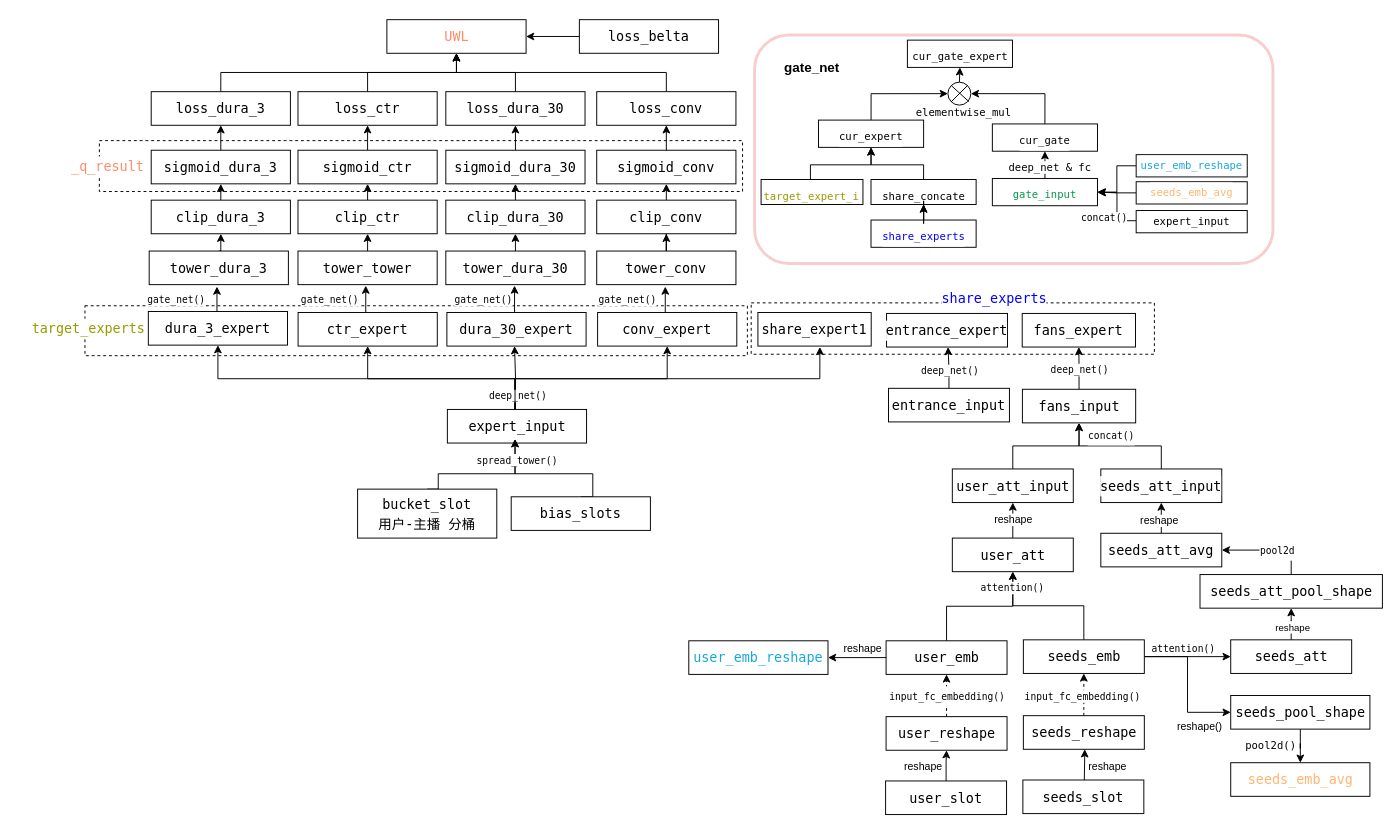
snorlaxse/draw.io keeps this draw.io diagram as immer_cgc_model.drawio. Above is the earlier version. Source tidied: cells renumbered, new cells numbered last; positions are measured from the earlier drawing's top-left corner, leaving out a move shared by most shapes. Both pictures are drawn from the tidied source at 96%, with x=0, y=0 at pixel (15, 19).
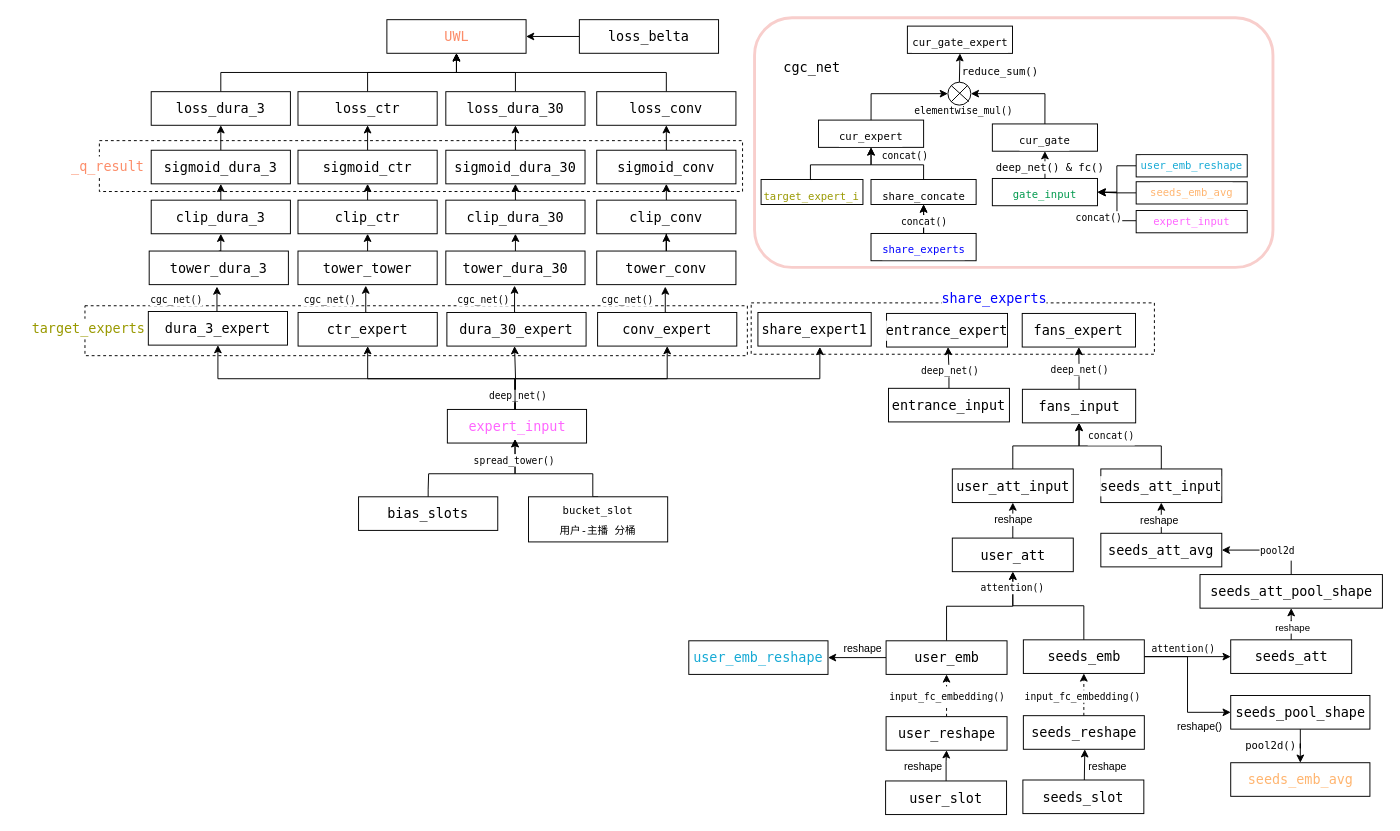
Above is the later version.

Unchanged cells that the change refers to:
```xml
<mxCell id="23" style="edgeStyle=orthogonalEdgeStyle;rounded=0;jettySize=auto;html=1;exitX=0.5;exitY=0;exitDx=0;exitDy=0;entryX=0.5;entryY=1;entryDx=0;entryDy=0;" parent="1" edge="1" source="25">
  <mxGeometry relative="1" as="geometry">
    <mxPoint x="209.5" y="278" as="targetPoint" />
  </mxGeometry>
</mxCell>
<mxCell id="26" style="edgeStyle=orthogonalEdgeStyle;rounded=0;jettySize=auto;html=1;exitX=0.5;exitY=0;exitDx=0;exitDy=0;entryX=0.5;entryY=1;entryDx=0;entryDy=0;" parent="1" edge="1" source="28">
  <mxGeometry relative="1" as="geometry">
    <mxPoint x="519.5" y="277" as="targetPoint" />
  </mxGeometry>
</mxCell>
<mxCell id="30" style="edgeStyle=orthogonalEdgeStyle;rounded=0;jettySize=auto;html=1;exitX=0.5;exitY=0;exitDx=0;exitDy=0;entryX=0.5;entryY=1;entryDx=0;entryDy=0;" parent="1" edge="1" source="32">
  <mxGeometry relative="1" as="geometry">
    <mxPoint x="364.5" y="277" as="targetPoint" />
  </mxGeometry>
</mxCell>
<mxCell id="33" style="edgeStyle=orthogonalEdgeStyle;rounded=0;jettySize=auto;html=1;exitX=0.5;exitY=0;exitDx=0;exitDy=0;entryX=0.5;entryY=1;entryDx=0;entryDy=0;" parent="1" edge="1" source="35">
  <mxGeometry relative="1" as="geometry">
    <mxPoint x="676.5" y="278" as="targetPoint" />
  </mxGeometry>
</mxCell>
<mxCell id="120" style="edgeStyle=orthogonalEdgeStyle;rounded=0;jettySize=auto;html=1;entryX=0.5;entryY=1;entryDx=0;entryDy=0;" parent="1" edge="1" source="122" target="123">
  <mxGeometry relative="1" as="geometry" />
</mxCell>
<mxCell id="126" style="edgeStyle=orthogonalEdgeStyle;rounded=0;jettySize=auto;html=1;exitX=0.5;exitY=0;exitDx=0;exitDy=0;entryX=0.5;entryY=1;entryDx=0;entryDy=0;fontSize=11;" parent="1" edge="1" source="127" target="125">
  <mxGeometry relative="1" as="geometry">
    <Array as="points">
      <mxPoint x="945.6" y="151.2" />
      <mxPoint x="890.8" y="151.2" />
    </Array>
  </mxGeometry>
</mxCell>
<mxCell id="129" style="edgeStyle=orthogonalEdgeStyle;rounded=0;jettySize=auto;html=1;fontSize=11;" parent="1" edge="1" source="130" target="127">
  <mxGeometry relative="1" as="geometry" />
</mxCell>
<mxCell id="137" style="ellipse;whiteSpace=wrap;html=1;rotation=0;fontSize=11;" parent="136" vertex="1">
  <mxGeometry width="23.9" height="23.9" as="geometry" />
</mxCell>
<mxCell id="141" style="edgeStyle=orthogonalEdgeStyle;rounded=0;orthogonalLoop=1;jettySize=auto;html=1;exitX=0;exitY=0.5;exitDx=0;exitDy=0;" parent="1" edge="1">
  <mxGeometry relative="1" as="geometry">
    <mxPoint x="1167" y="209.4" as="sourcePoint" />
    <mxPoint x="1127" y="180" as="targetPoint" />
    <Array as="points">
      <mxPoint x="1147" y="209" />
      <mxPoint x="1147" y="180" />
    </Array>
  </mxGeometry>
</mxCell>
```

Diff of the diagram source:
```diff
@@
+    <mxCell id="118" style="rounded=1;whiteSpace=wrap;html=1;fillColor=none;strokeColor=#f8cecc;strokeWidth=3;fontSize=11;" parent="1" vertex="1">
+      <mxGeometry x="769.5" y="-2" width="540" height="260" as="geometry" />
+    </mxCell>
@@
-    <mxCell id="17" value="&lt;div style=&quot;background-color: rgb(255, 255, 255); font-family: &amp;quot;Fira Code&amp;quot;, Menlo, Monaco, &amp;quot;Courier New&amp;quot;, monospace; font-size: 14px; line-height: 21px; white-space: pre;&quot;&gt;&lt;div style=&quot;line-height: 21px;&quot;&gt;expert_input&lt;/div&gt;&lt;/div&gt;" style="rounded=0;whiteSpace=wrap;html=1;" parent="1" vertex="1">
+    <mxCell id="17" value="&lt;div style=&quot;background-color: rgb(255, 255, 255); font-family: &amp;quot;Fira Code&amp;quot;, Menlo, Monaco, &amp;quot;Courier New&amp;quot;, monospace; font-size: 14px; line-height: 21px; white-space: pre;&quot;&gt;&lt;div style=&quot;line-height: 21px;&quot;&gt;&lt;font color=&quot;#ff66ff&quot;&gt;expert_input&lt;/font&gt;&lt;/div&gt;&lt;/div&gt;" style="rounded=0;whiteSpace=wrap;html=1;" parent="1" vertex="1">
       <mxGeometry x="449.5" y="406" width="145" height="35" as="geometry" />
     </mxCell>
     <mxCell id="18" style="edgeStyle=orthogonalEdgeStyle;rounded=0;jettySize=auto;html=1;exitX=0.5;exitY=0;exitDx=0;exitDy=0;entryX=0.5;entryY=1;entryDx=0;entryDy=0;" parent="1" edge="1" source="19">
       <mxGeometry relative="1" as="geometry">
         <mxPoint x="520" y="437" as="targetPoint" />
         <Array as="points">
-          <mxPoint x="440" y="489" />
-          <mxPoint x="440" y="473" />
+          <mxPoint x="430" y="489" />
+          <mxPoint x="430" y="489" />
+          <mxPoint x="430" y="473" />
           <mxPoint x="520" y="473" />
         </Array>
       </mxGeometry>
     </mxCell>
-    <mxCell id="19" value="&lt;div style=&quot;background-color: rgb(255, 255, 255); font-family: &amp;quot;Fira Code&amp;quot;, Menlo, Monaco, &amp;quot;Courier New&amp;quot;, monospace; font-size: 14px; line-height: 21px; white-space: pre;&quot;&gt;&lt;div style=&quot;line-height: 21px;&quot;&gt;&lt;div style=&quot;line-height: 21px;&quot;&gt;bucket_slot&lt;/div&gt;&lt;div style=&quot;line-height: 21px;&quot;&gt;用户-主播 分桶&lt;/div&gt;&lt;/div&gt;&lt;/div&gt;" style="rounded=0;whiteSpace=wrap;html=1;" parent="1" vertex="1">
-      <mxGeometry x="356" y="489" width="145" height="51" as="geometry" />
+    <mxCell id="19" value="&lt;div style=&quot;background-color: rgb(255, 255, 255); font-family: &amp;quot;Fira Code&amp;quot;, Menlo, Monaco, &amp;quot;Courier New&amp;quot;, monospace; font-size: 14px; line-height: 21px; white-space: pre;&quot;&gt;&lt;div style=&quot;line-height: 21px;&quot;&gt;&lt;div style=&quot;line-height: 21px;&quot;&gt;bias_slots&lt;br&gt;&lt;/div&gt;&lt;/div&gt;&lt;/div&gt;" style="rounded=0;whiteSpace=wrap;html=1;" parent="1" vertex="1">
+      <mxGeometry x="357" y="497" width="145" height="35" as="geometry" />
     </mxCell>
@@
-    <mxCell id="22" value="&lt;div style=&quot;background-color: rgb(255, 255, 255); font-family: &amp;quot;Fira Code&amp;quot;, Menlo, Monaco, &amp;quot;Courier New&amp;quot;, monospace; font-size: 14px; line-height: 21px; white-space: pre;&quot;&gt;&lt;div style=&quot;line-height: 21px;&quot;&gt;&lt;div style=&quot;line-height: 21px;&quot;&gt;&lt;div style=&quot;line-height: 21px;&quot;&gt;&lt;div style=&quot;line-height: 21px;&quot;&gt;bias_slots&lt;/div&gt;&lt;/div&gt;&lt;/div&gt;&lt;/div&gt;&lt;/div&gt;" style="rounded=0;whiteSpace=wrap;html=1;" parent="1" vertex="1">
-      <mxGeometry x="516" y="497" width="145" height="35" as="geometry" />
+    <mxCell id="22" value="&lt;div style=&quot;background-color: rgb(255, 255, 255); font-family: &amp;quot;Fira Code&amp;quot;, Menlo, Monaco, &amp;quot;Courier New&amp;quot;, monospace; line-height: 21px; white-space: pre;&quot;&gt;&lt;div style=&quot;line-height: 21px;&quot;&gt;&lt;div style=&quot;line-height: 21px;&quot;&gt;&lt;div style=&quot;line-height: 21px;&quot;&gt;&lt;div style=&quot;line-height: 21px;&quot;&gt;&lt;div style=&quot;line-height: 21px;&quot;&gt;&lt;font style=&quot;font-size: 11px;&quot;&gt;bucket_slot&lt;/font&gt;&lt;/div&gt;&lt;div style=&quot;line-height: 21px;&quot;&gt;&lt;font style=&quot;font-size: 11px;&quot;&gt;用户-主播 分桶&lt;/font&gt;&lt;/div&gt;&lt;/div&gt;&lt;/div&gt;&lt;/div&gt;&lt;/div&gt;&lt;/div&gt;" style="rounded=0;whiteSpace=wrap;html=1;" parent="1" vertex="1">
+      <mxGeometry x="534" y="497" width="145" height="47" as="geometry" />
     </mxCell>
@@
-    <mxCell id="24" value="&lt;span style=&quot;font-family: &amp;quot;Fira Code&amp;quot;, Menlo, Monaco, &amp;quot;Courier New&amp;quot;, monospace; font-size: 10px; white-space-collapse: preserve;&quot;&gt;gate_net()&lt;/span&gt;" style="edgeLabel;html=1;align=center;verticalAlign=middle;" parent="23" vertex="1">
+    <mxCell id="24" value="&lt;span style=&quot;font-family: &amp;quot;Fira Code&amp;quot;, Menlo, Monaco, &amp;quot;Courier New&amp;quot;, monospace; font-size: 10px; white-space-collapse: preserve;&quot;&gt;cgc_net()&lt;/span&gt;" style="edgeLabel;html=1;align=center;verticalAlign=middle;" parent="23" vertex="1">
       <mxGeometry x="0.13" y="-2" relative="1" as="geometry">
         <mxPoint x="-45" y="1" as="offset" />
       </mxGeometry>
     </mxCell>
@@
-    <mxCell id="27" value="&lt;font face=&quot;Fira Code, Menlo, Monaco, Courier New, monospace&quot;&gt;&lt;span style=&quot;font-size: 10px; white-space-collapse: preserve;&quot;&gt;gate_net()&lt;/span&gt;&lt;/font&gt;" style="edgeLabel;html=1;align=center;verticalAlign=middle;" parent="26" vertex="1">
+    <mxCell id="27" value="&lt;span style=&quot;font-family: &amp;quot;Fira Code&amp;quot;, Menlo, Monaco, &amp;quot;Courier New&amp;quot;, monospace; font-size: 10px; white-space-collapse: preserve;&quot;&gt;cgc_net()&lt;/span&gt;" style="edgeLabel;html=1;align=center;verticalAlign=middle;" parent="26" vertex="1">
       <mxGeometry x="-0.07" y="1" relative="1" as="geometry">
         <mxPoint x="-32" y="-2" as="offset" />
       </mxGeometry>
     </mxCell>
@@
-    <mxCell id="31" value="&lt;font face=&quot;Fira Code, Menlo, Monaco, Courier New, monospace&quot;&gt;&lt;span style=&quot;font-size: 10px; white-space-collapse: preserve;&quot;&gt;gate_net()&lt;/span&gt;&lt;/font&gt;" style="edgeLabel;html=1;align=center;verticalAlign=middle;" parent="30" vertex="1">
+    <mxCell id="31" value="&lt;span style=&quot;font-family: &amp;quot;Fira Code&amp;quot;, Menlo, Monaco, &amp;quot;Courier New&amp;quot;, monospace; font-size: 10px; white-space-collapse: preserve;&quot;&gt;cgc_net()&lt;/span&gt;" style="edgeLabel;html=1;align=center;verticalAlign=middle;" parent="30" vertex="1">
       <mxGeometry x="0.27" relative="1" as="geometry">
         <mxPoint x="-38" y="3" as="offset" />
       </mxGeometry>
     </mxCell>
@@
-    <mxCell id="34" value="&lt;font face=&quot;Fira Code, Menlo, Monaco, Courier New, monospace&quot;&gt;&lt;span style=&quot;font-size: 10px; white-space-collapse: preserve;&quot;&gt;gate_net()&lt;/span&gt;&lt;/font&gt;" style="edgeLabel;html=1;align=center;verticalAlign=middle;" parent="33" vertex="1">
+    <mxCell id="34" value="&lt;span style=&quot;font-family: &amp;quot;Fira Code&amp;quot;, Menlo, Monaco, &amp;quot;Courier New&amp;quot;, monospace; font-size: 10px; white-space-collapse: preserve;&quot;&gt;cgc_net()&lt;/span&gt;" style="edgeLabel;html=1;align=center;verticalAlign=middle;" parent="33" vertex="1">
       <mxGeometry x="0.02" y="-2" relative="1" as="geometry">
         <mxPoint x="-42" y="-1" as="offset" />
       </mxGeometry>
     </mxCell>
@@
-    <mxCell id="117" value="&lt;div style=&quot;background-color: rgb(255, 255, 255); font-family: &amp;quot;Fira Code&amp;quot;, Menlo, Monaco, &amp;quot;Courier New&amp;quot;, monospace; line-height: 21px; white-space-collapse: preserve; font-size: 11px;&quot;&gt;&lt;font style=&quot;font-size: 11px;&quot;&gt;elementwise_mul&lt;/font&gt;&lt;/div&gt;" style="text;html=1;align=center;verticalAlign=middle;strokeColor=none;fillColor=none;fontSize=11;" parent="1" vertex="1">
-      <mxGeometry x="926.8" y="81.6" width="120" height="30" as="geometry" />
+    <mxCell id="117" value="&lt;div style=&quot;background-color: rgb(255, 255, 255); font-family: &amp;quot;Fira Code&amp;quot;, Menlo, Monaco, &amp;quot;Courier New&amp;quot;, monospace; line-height: 21px; white-space-collapse: preserve;&quot;&gt;&lt;div style=&quot;line-height: 21px;&quot;&gt;&lt;font style=&quot;font-size: 10px;&quot;&gt;elementwise_mul()&lt;/font&gt;&lt;/div&gt;&lt;/div&gt;" style="text;html=1;align=center;verticalAlign=middle;strokeColor=none;fillColor=none;fontSize=11;" parent="1" vertex="1">
+      <mxGeometry x="921.8" y="79.6" width="130" height="30" as="geometry" />
     </mxCell>
-    <mxCell id="118" style="rounded=1;whiteSpace=wrap;html=1;fillColor=none;strokeColor=#f8cecc;strokeWidth=3;fontSize=11;" parent="1" vertex="1">
-      <mxGeometry x="769.5" y="16" width="540" height="238" as="geometry" />
-    </mxCell>
-    <mxCell id="119" value="&lt;font style=&quot;font-size: 14px;&quot;&gt;&lt;b style=&quot;font-size: 14px;&quot;&gt;gate_net&lt;/b&gt;&lt;/font&gt;" style="text;html=1;align=center;verticalAlign=middle;strokeColor=none;fillColor=none;fontSize=14;" parent="1" vertex="1">
+    <mxCell id="119" value="&lt;div style=&quot;background-color: rgb(255, 255, 255); font-family: &amp;quot;Fira Code&amp;quot;, Menlo, Monaco, &amp;quot;Courier New&amp;quot;, monospace; line-height: 21px; white-space-collapse: preserve;&quot;&gt;cgc_net&lt;/div&gt;" style="text;html=1;align=center;verticalAlign=middle;strokeColor=none;fillColor=none;fontSize=14;" parent="1" vertex="1">
       <mxGeometry x="789.3" y="35.1" width="80" height="30" as="geometry" />
     </mxCell>
@@
-    <mxCell id="121" value="&lt;span style=&quot;font-family: &amp;quot;Fira Code&amp;quot;, Menlo, Monaco, &amp;quot;Courier New&amp;quot;, monospace; white-space-collapse: preserve;&quot;&gt;deep_net &amp;amp; fc&lt;/span&gt;" style="edgeLabel;html=1;align=center;verticalAlign=middle;" parent="120" vertex="1">
+    <mxCell id="121" value="&lt;span style=&quot;font-family: &amp;quot;Fira Code&amp;quot;, Menlo, Monaco, &amp;quot;Courier New&amp;quot;, monospace; white-space-collapse: preserve;&quot;&gt;deep_net() &amp;amp; fc()&lt;/span&gt;" style="edgeLabel;html=1;align=center;verticalAlign=middle;" parent="120" vertex="1">
       <mxGeometry x="-0.11" y="5" relative="1" as="geometry">
         <mxPoint x="9" y="1" as="offset" />
       </mxGeometry>
     </mxCell>
@@
+    <mxCell id="148" value="&lt;span style=&quot;font-family: &amp;quot;Fira Code&amp;quot;, Menlo, Monaco, &amp;quot;Courier New&amp;quot;, monospace; font-size: 10px; white-space-collapse: preserve;&quot;&gt;concat()&lt;/span&gt;" style="edgeLabel;html=1;align=center;verticalAlign=middle;" parent="126" vertex="1">
+      <mxGeometry x="0.2" y="2" relative="1" as="geometry">
+        <mxPoint x="18" y="-12" as="offset" />
+      </mxGeometry>
+    </mxCell>
@@
+    <mxCell id="149" value="&lt;span style=&quot;font-family: &amp;quot;Fira Code&amp;quot;, Menlo, Monaco, &amp;quot;Courier New&amp;quot;, monospace; font-size: 10px; white-space-collapse: preserve;&quot;&gt;concat()&lt;/span&gt;" style="edgeLabel;html=1;align=center;verticalAlign=middle;" parent="129" vertex="1">
+      <mxGeometry x="-0.46" relative="1" as="geometry" />
+    </mxCell>
     <mxCell id="130" value="&lt;div style=&quot;background-color: rgb(255, 255, 255); font-family: &amp;quot;Fira Code&amp;quot;, Menlo, Monaco, &amp;quot;Courier New&amp;quot;, monospace; font-weight: normal; font-size: 11px; line-height: 21px; white-space: pre;&quot;&gt;&lt;div style=&quot;line-height: 21px; font-size: 11px;&quot;&gt;&lt;div style=&quot;line-height: 21px; font-size: 11px;&quot;&gt;&lt;div style=&quot;line-height: 21px; font-size: 11px;&quot;&gt;share_experts&lt;/div&gt;&lt;/div&gt;&lt;/div&gt;&lt;/div&gt;" style="text;whiteSpace=wrap;html=1;align=center;strokeColor=default;fontColor=#0000FF;fontSize=11;" parent="1" vertex="1">
-      <mxGeometry x="890.8" y="208.7" width="109.5" height="28.4" as="geometry" />
+      <mxGeometry x="890.8" y="222.7" width="109.5" height="28.4" as="geometry" />
     </mxCell>
@@
     <mxCell id="134" value="&lt;div style=&quot;color: rgb(0, 0, 0); background-color: rgb(255, 255, 255); font-family: &amp;quot;Fira Code&amp;quot;, Menlo, Monaco, &amp;quot;Courier New&amp;quot;, monospace; font-weight: normal; font-size: 11px; line-height: 21px; white-space: pre;&quot;&gt;&lt;div style=&quot;line-height: 21px; font-size: 11px;&quot;&gt;cur_gate_expert&lt;/div&gt;&lt;/div&gt;" style="text;whiteSpace=wrap;html=1;strokeColor=default;align=center;fontSize=11;" parent="1" vertex="1">
-      <mxGeometry x="928.7" y="21.3" width="109.5" height="28.4" as="geometry" />
+      <mxGeometry x="928.7" y="6.7" width="109.5" height="28.4" as="geometry" />
     </mxCell>
-    <mxCell id="135" style="edgeStyle=orthogonalEdgeStyle;rounded=0;jettySize=auto;html=1;exitX=0.5;exitY=0;exitDx=0;exitDy=0;entryX=0.5;entryY=1;entryDx=0;entryDy=0;fontSize=11;" parent="1" edge="1" source="137" target="134">
-      <mxGeometry relative="1" as="geometry" />
+    <mxCell id="135" value="&lt;div style=&quot;font-family: &amp;quot;Fira Code&amp;quot;, Menlo, Monaco, &amp;quot;Courier New&amp;quot;, monospace; line-height: 21px; white-space-collapse: preserve;&quot;&gt;&lt;font style=&quot;font-size: 11px;&quot;&gt;reduce_sum()&lt;/font&gt;&lt;/div&gt;" style="edgeStyle=orthogonalEdgeStyle;rounded=0;jettySize=auto;html=1;exitX=0.5;exitY=0;exitDx=0;exitDy=0;entryX=0.5;entryY=1;entryDx=0;entryDy=0;fontSize=11;" parent="1" edge="1" source="137" target="134">
+      <mxGeometry x="-0.23" y="-42" relative="1" as="geometry" />
     </mxCell>
@@
+    <mxCell id="150" value="&lt;span style=&quot;font-family: &amp;quot;Fira Code&amp;quot;, Menlo, Monaco, &amp;quot;Courier New&amp;quot;, monospace; font-size: 10px; white-space-collapse: preserve;&quot;&gt;concat()&lt;/span&gt;" style="edgeLabel;html=1;align=center;verticalAlign=middle;" parent="141" vertex="1">
+      <mxGeometry x="-0.25" y="-1" relative="1" as="geometry">
+        <mxPoint x="-21" y="2" as="offset" />
+      </mxGeometry>
+    </mxCell>
-    <mxCell id="142" value="&lt;div style=&quot;background-color: rgb(255, 255, 255); font-family: &amp;quot;Fira Code&amp;quot;, Menlo, Monaco, &amp;quot;Courier New&amp;quot;, monospace; line-height: 21px; white-space: pre;&quot;&gt;&lt;div style=&quot;line-height: 21px;&quot;&gt;&lt;font style=&quot;font-size: 11px;&quot;&gt;expert_input&lt;/font&gt;&lt;/div&gt;&lt;/div&gt;" style="rounded=0;whiteSpace=wrap;html=1;" parent="1" vertex="1">
+    <mxCell id="142" value="&lt;div style=&quot;background-color: rgb(255, 255, 255); font-family: &amp;quot;Fira Code&amp;quot;, Menlo, Monaco, &amp;quot;Courier New&amp;quot;, monospace; line-height: 21px; white-space: pre;&quot;&gt;&lt;div style=&quot;line-height: 21px;&quot;&gt;&lt;font color=&quot;#ff66ff&quot; style=&quot;font-size: 11px;&quot;&gt;expert_input&lt;/font&gt;&lt;/div&gt;&lt;/div&gt;" style="rounded=0;whiteSpace=wrap;html=1;" parent="1" vertex="1">
       <mxGeometry x="1167" y="198.8" width="115.7" height="23.2" as="geometry" />
     </mxCell>
@@
-    <mxCell id="147" value="&lt;span style=&quot;color: rgb(0, 0, 0); font-family: &amp;quot;Fira Code&amp;quot;, Menlo, Monaco, &amp;quot;Courier New&amp;quot;, monospace; font-size: 10px; font-style: normal; font-variant-ligatures: normal; font-variant-caps: normal; font-weight: 400; letter-spacing: normal; orphans: 2; text-align: center; text-indent: 0px; text-transform: none; widows: 2; word-spacing: 0px; -webkit-text-stroke-width: 0px; white-space: pre; background-color: rgb(255, 255, 255); text-decoration-thickness: initial; text-decoration-style: initial; text-decoration-color: initial; display: inline !important; float: none;&quot;&gt;concat()&lt;/span&gt;" style="text;whiteSpace=wrap;html=1;" parent="1" vertex="1">
-      <mxGeometry x="1108.3" y="192" width="80" height="20" as="geometry" />
-    </mxCell>
```
